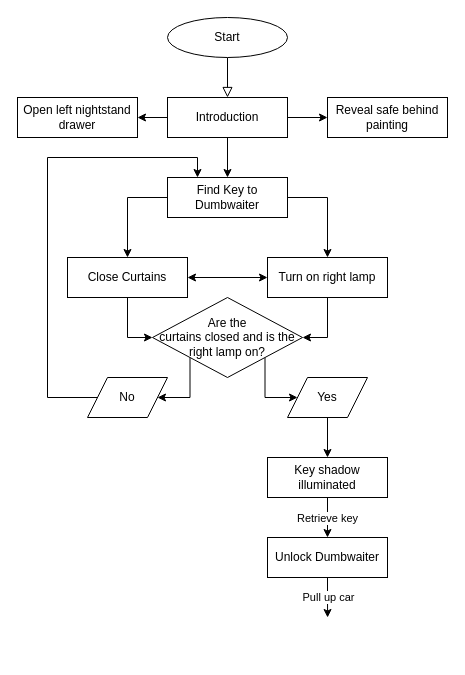
cr3scents/cr3scents keeps this draw.io diagram as Untitled Diagram.drawio. Above is the earlier version. Source tidied: cells renumbered, new cells numbered last; positions are measured from the earlier drawing's top-left corner, leaving out a move shared by most shapes. Both pictures are drawn from the tidied source at 100%, with x=0, y=0 at pixel (17, 17).
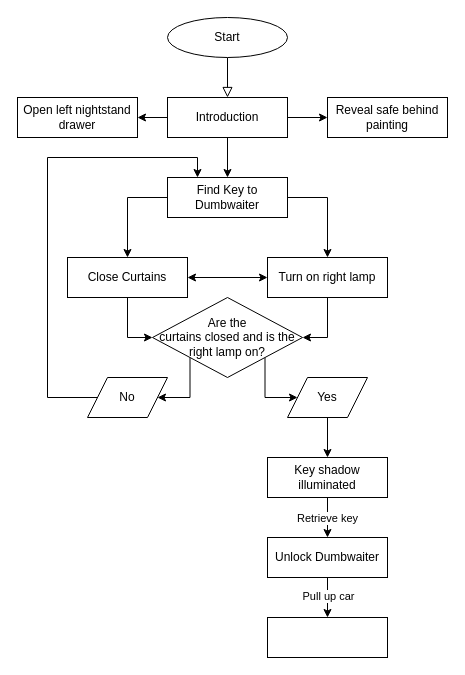
Above is the later version.

Unchanged cells that the change refers to:
```xml
<mxCell id="28" value="&lt;div&gt;Unlock Dumbwaiter&lt;/div&gt;" style="rounded=0;whiteSpace=wrap;html=1;" parent="1" vertex="1">
  <mxGeometry x="250" y="520" width="120" height="40" as="geometry" />
</mxCell>
```

The edit, as a diff of the source:
```diff
@@
-    <mxCell id="26" style="edgeStyle=orthogonalEdgeStyle;rounded=0;jettySize=auto;html=1;exitX=0.5;exitY=1;exitDx=0;exitDy=0;" parent="1" edge="1" source="28">
-      <mxGeometry relative="1" as="geometry">
-        <mxPoint x="310.1" y="600" as="targetPoint" />
-      </mxGeometry>
+    <mxCell id="26" style="edgeStyle=orthogonalEdgeStyle;rounded=0;jettySize=auto;html=1;exitX=0.5;exitY=1;exitDx=0;exitDy=0;" parent="1" edge="1" source="28" target="31">
+      <mxGeometry relative="1" as="geometry" />
     </mxCell>
@@
+    <mxCell id="31" style="rounded=0;whiteSpace=wrap;html=1;" parent="1" vertex="1">
+      <mxGeometry x="250" y="600" width="120" height="40" as="geometry" />
+    </mxCell>
```
